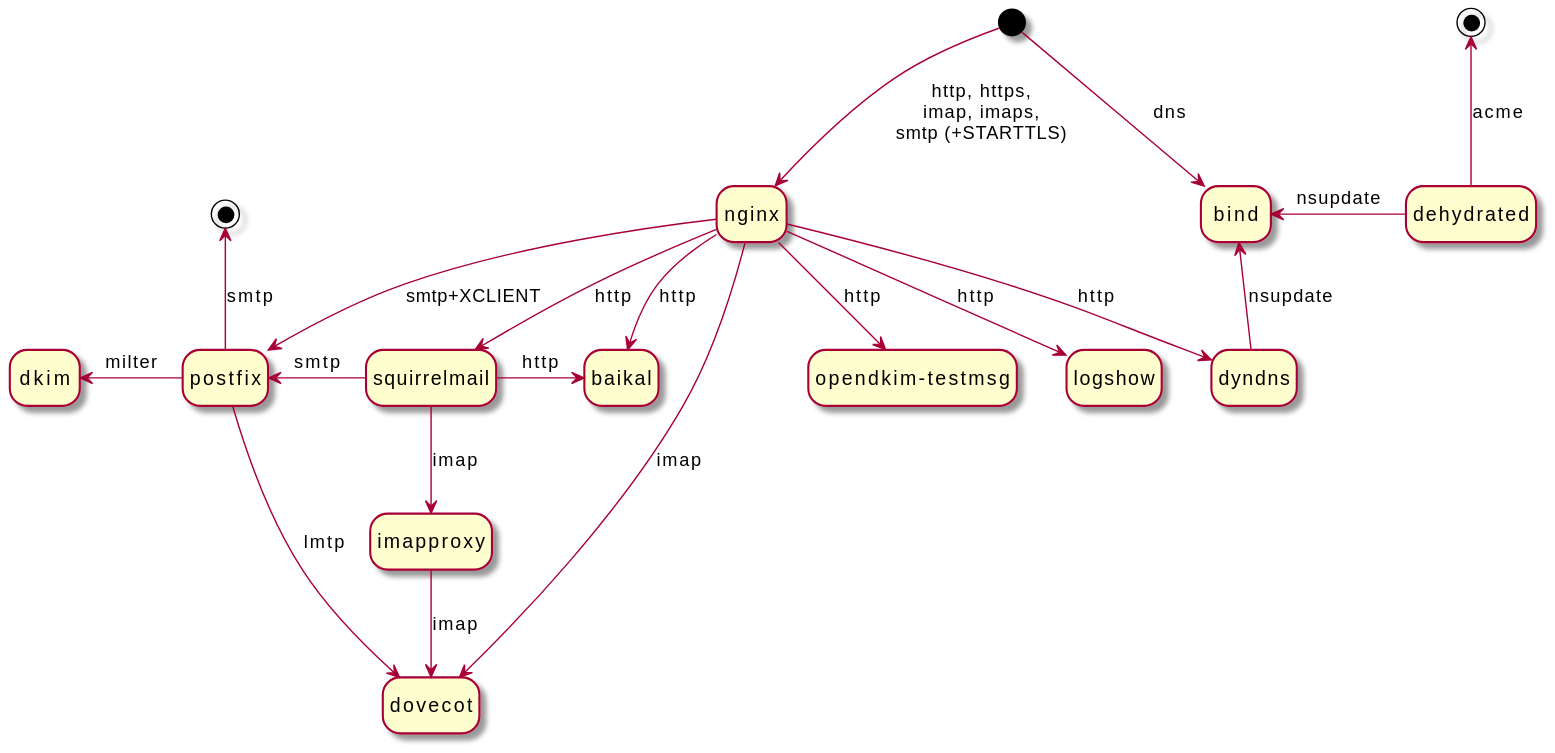
Lex-2008/containers keeps this PlantUML diagram as containers.svg. Above is the earlier version.
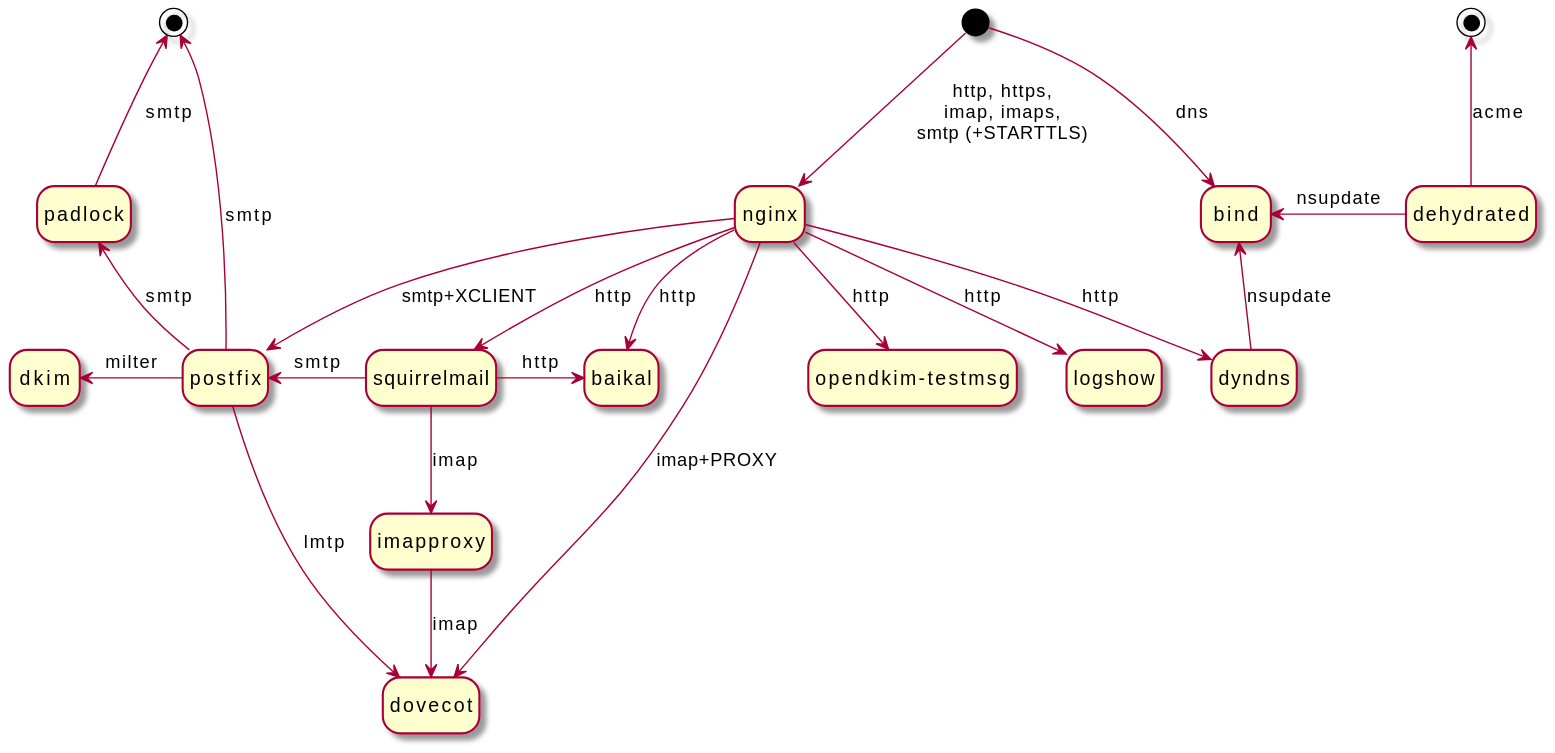
After the commit.

Commit message:
add padlock container

Diff of the diagram source:
```diff
@@ -8,16 +8,18 @@
 dyndns -u-> bind: nsupdate
 
 state postfix
+state postfix1 <<end>>
 nginx --> postfix: smtp+XCLIENT
-state postfix1 <<end>>
+postfix -u-> padlock: smtp
 postfix -u-> postfix1: smtp
+padlock -u-> postfix1: smtp
 
 state dkim
 postfix -l-> dkim: milter
 
 state dovecot
 postfix --> dovecot: lmtp
-nginx --> dovecot: imap
+nginx --> dovecot: imap+PROXY
 
 state imapproxy
 imapproxy --> dovecot: imap
```
